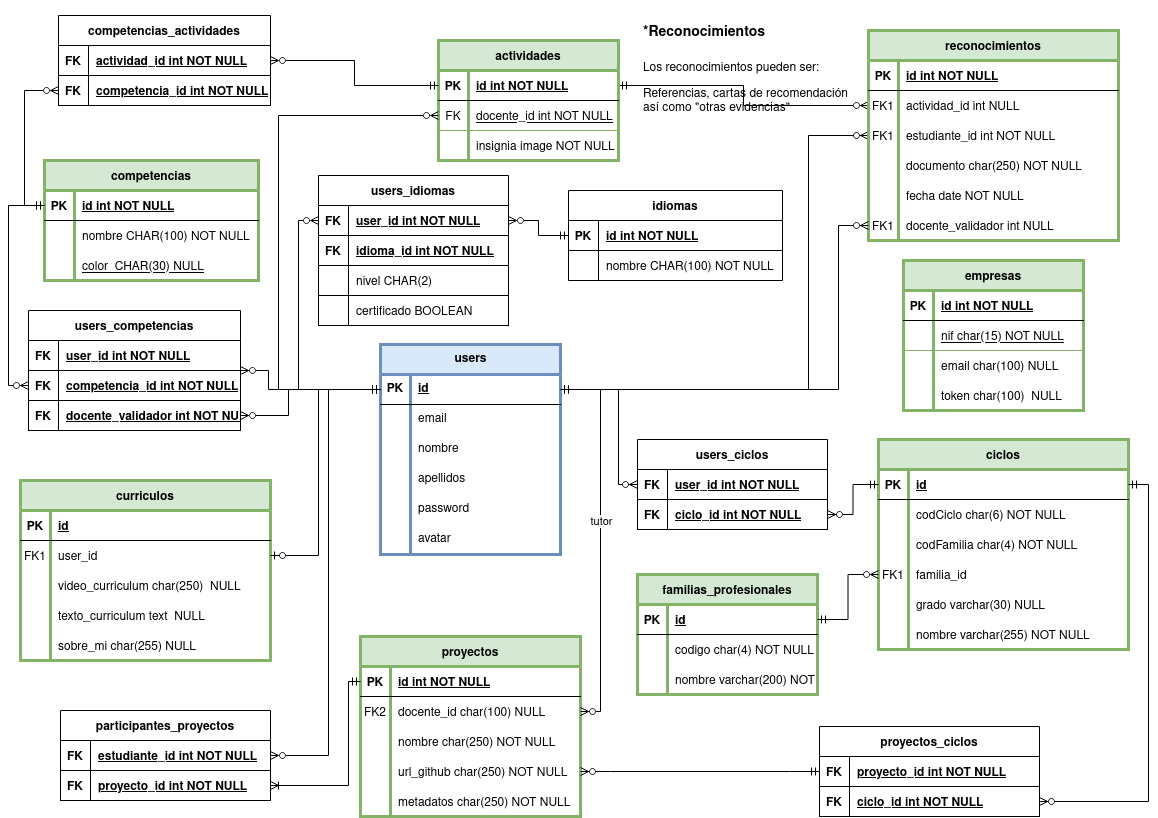
Above: documentos/marcapersonalFP.drawio.png in Zaidanxp/marcapersonalFP_REA (draw.io), before the change. Source tidied: cells renumbered, new cells last; positions are measured from the earlier drawing's top-left corner, leaving out a move shared by most shapes.
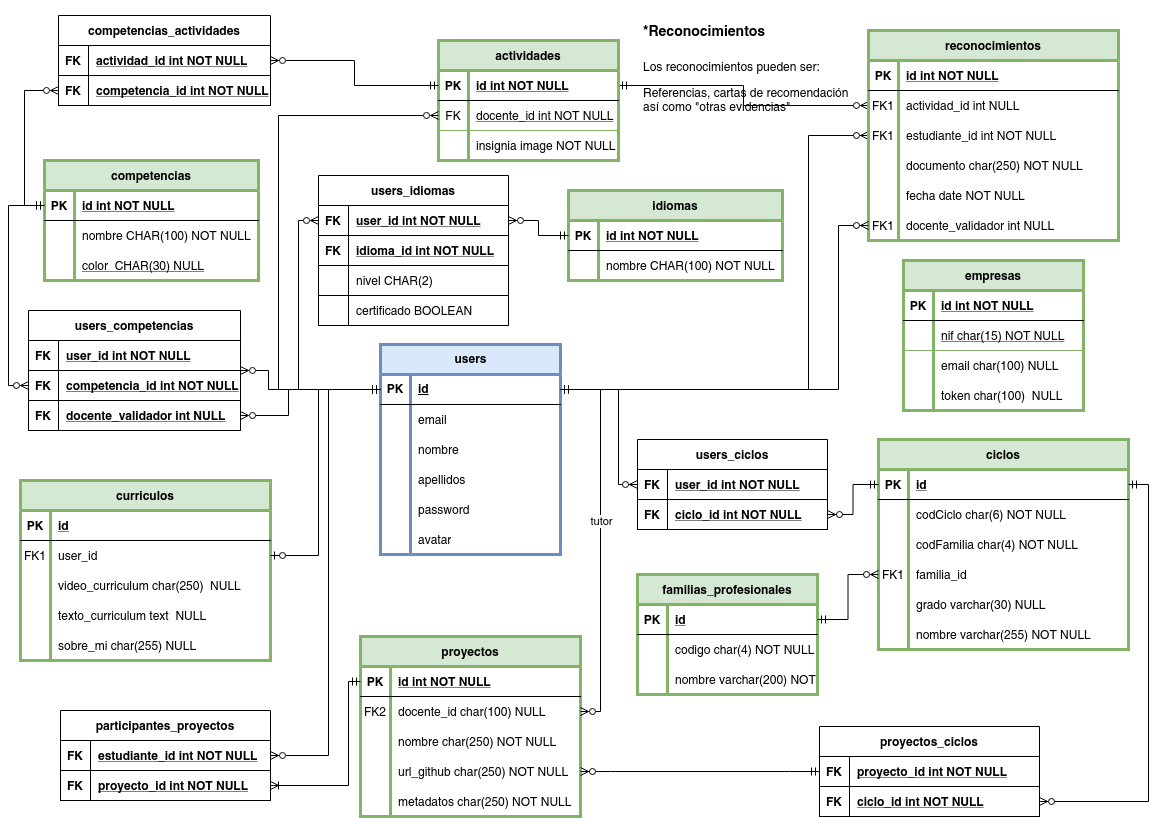
After the commit.

Diff of the diagram source:
```diff
@@ -536,7 +536,7 @@
     <mxCell id="165" value="FK" style="shape=partialRectangle;overflow=hidden;fillColor=none;top=0;left=0;bottom=0;right=0;fontStyle=1;" parent="164" vertex="1">
       <mxGeometry width="30" height="30" as="geometry" />
     </mxCell>
-    <mxCell id="166" value="docente_validador int NOT NULL " style="shape=partialRectangle;overflow=hidden;fillColor=none;top=0;left=0;bottom=0;right=0;align=left;spacingLeft=6;fontStyle=5;" parent="164" vertex="1">
+    <mxCell id="166" value="docente_validador int NULL " style="shape=partialRectangle;overflow=hidden;fillColor=none;top=0;left=0;bottom=0;right=0;align=left;spacingLeft=6;fontStyle=5;" parent="164" vertex="1">
       <mxGeometry x="30" width="182" height="30" as="geometry" />
     </mxCell>
     <mxCell id="167" style="edgeStyle=orthogonalEdgeStyle;rounded=0;jettySize=auto;html=1;startArrow=ERzeroToMany;startFill=0;endArrow=ERmandOne;endFill=0;exitX=1;exitY=0.5;exitDx=0;exitDy=0;entryX=0;entryY=0.5;entryDx=0;entryDy=0;" parent="1" edge="1" source="157" target="70">
@@ -585,7 +585,7 @@
         </Array>
       </mxGeometry>
     </mxCell>
-    <mxCell id="179" value="idiomas" style="shape=table;startSize=30;rowLines=0;fontStyle=1;align=center;strokeWidth=1;" parent="1" vertex="1">
+    <mxCell id="179" value="idiomas" style="shape=table;startSize=30;rowLines=0;fontStyle=1;align=center;strokeWidth=3;fillColor=#d5e8d4;strokeColor=#82b366;" parent="1" vertex="1">
       <mxGeometry x="548" y="180" width="214" height="90" as="geometry" />
     </mxCell>
     <mxCell id="180" style="shape=partialRectangle;fillColor=none;points=[[0,0.5],[1,0.5]];portConstraint=eastwest;top=0;left=0;right=0;bottom=1;" parent="179" vertex="1">
```
